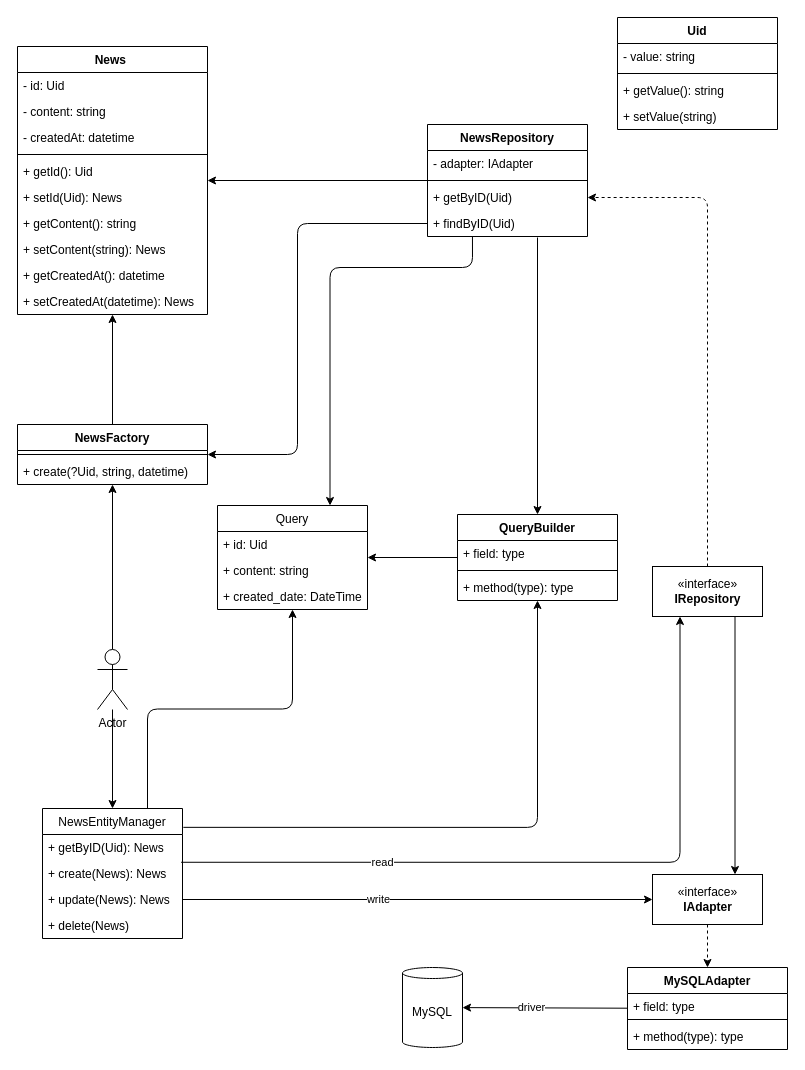
The draw.io diagram diag.drawio in Nimajjj/orm, before the edit. Source tidied: cells renumbered, new cells numbered last; positions are measured from the earlier drawing's top-left corner, leaving out a move shared by most shapes. Both pictures are drawn from the tidied source at 100%, with x=0, y=0 at pixel (17, 17).
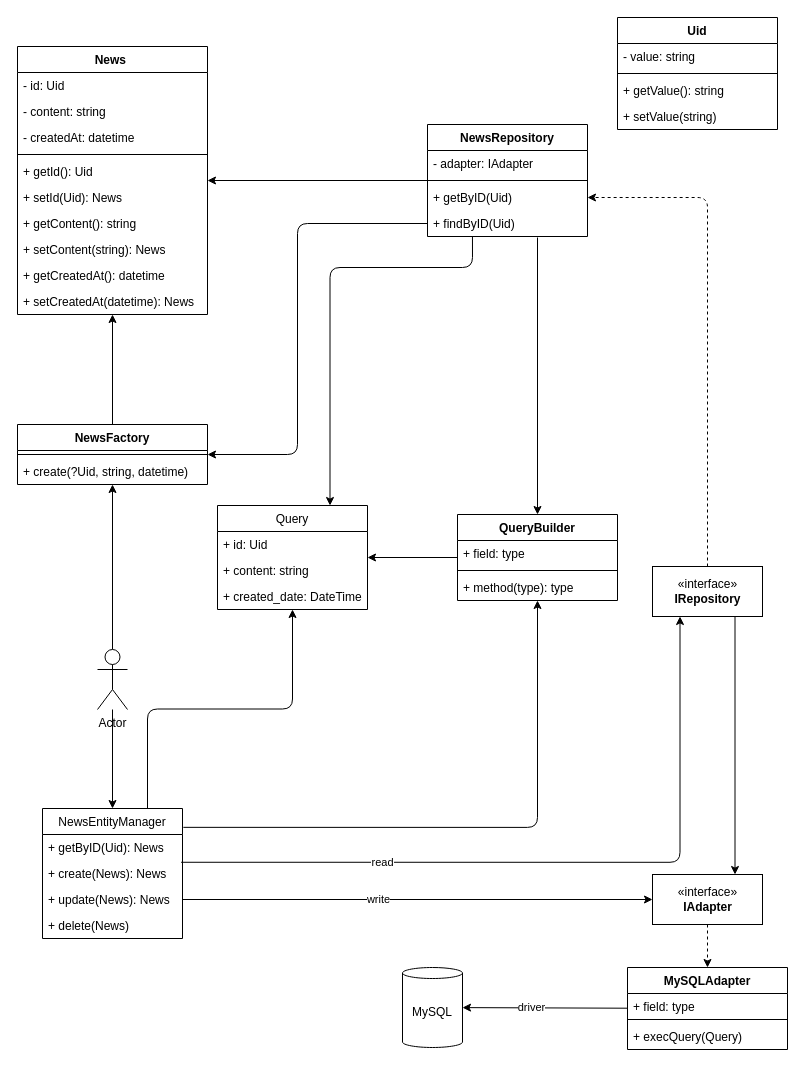
The same page after the edit.

Commit message (it also covers changes not shown here):
add query model

The change refers to these unchanged cells:
```xml
<mxCell id="23" value="MySQLAdapter" style="swimlane;fontStyle=1;align=center;verticalAlign=top;horizontal=1;startSize=26;" parent="1" vertex="1">
  <mxGeometry x="610" y="950" width="160" height="82" as="geometry" />
</mxCell>
```

What changed in the source:
```diff
@@
-    <mxCell id="26" value="+ method(type): type" style="text;strokeColor=none;fillColor=none;align=left;verticalAlign=top;spacingLeft=4;spacingRight=4;overflow=hidden;" parent="23" vertex="1">
+    <mxCell id="26" value="+ execQuery(Query)" style="text;strokeColor=none;fillColor=none;align=left;verticalAlign=top;spacingLeft=4;spacingRight=4;overflow=hidden;" parent="23" vertex="1">
       <mxGeometry y="56" width="160" height="26" as="geometry" />
     </mxCell>
```
